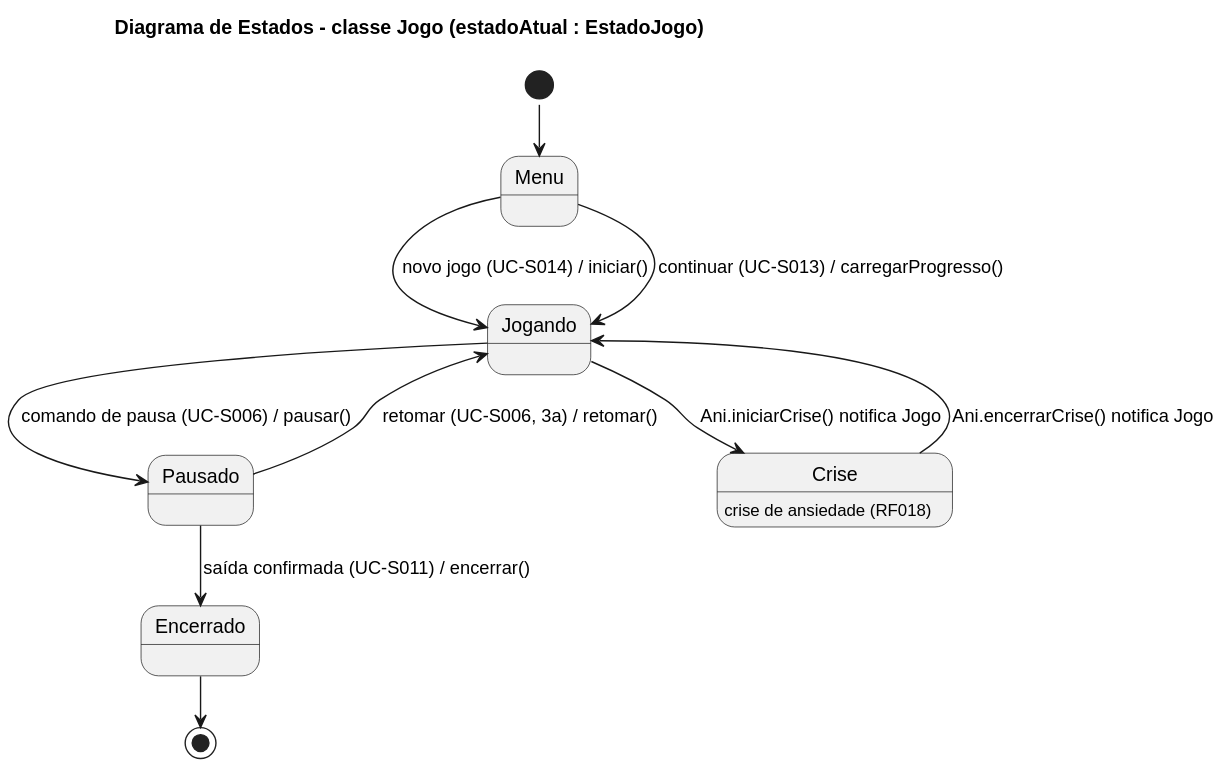
Above: docs/diagramas/estados-jogo.svg in omatheusfaria/Ani (PlantUML), before the change.
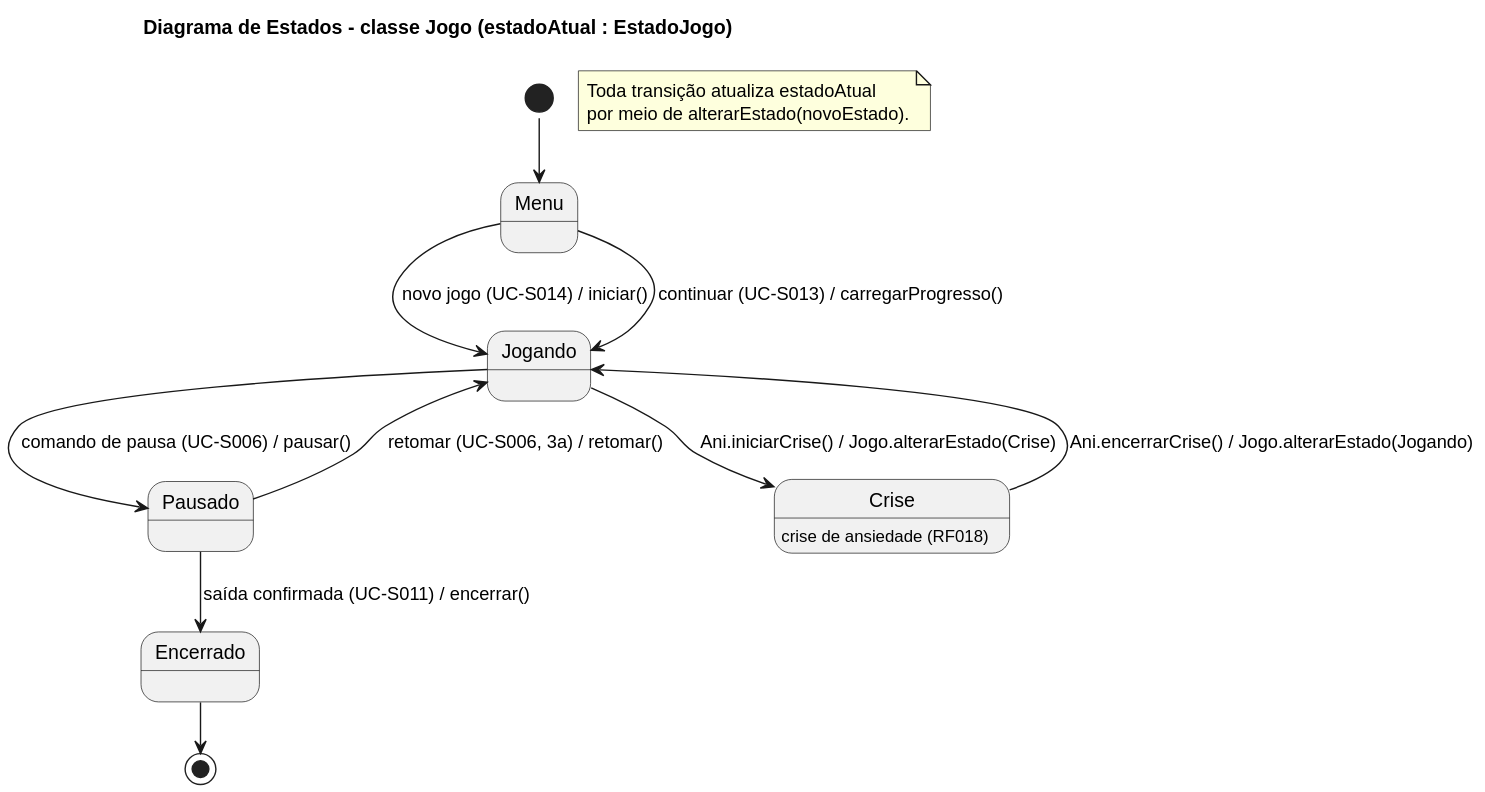
The same file after the commit.

Commit message:
Acrescenta Jogo.alterarEstado(novoEstado) e troca a notificação da crise pela chamada Jogo.alterarEstado(Crise / Jogando) (item 61, decisão 2)

Diff of the diagram source:
```diff
@@ -13,8 +13,10 @@
 Menu --> Jogando : continuar (UC-S013) / carregarProgresso()
 Jogando --> Pausado : comando de pausa (UC-S006) / pausar()
 Pausado --> Jogando : retomar (UC-S006, 3a) / retomar()
-Jogando --> Crise : Ani.iniciarCrise() notifica Jogo
-Crise --> Jogando : Ani.encerrarCrise() notifica Jogo
+Jogando --> Crise : Ani.iniciarCrise() / Jogo.alterarEstado(Crise)
+Crise --> Jogando : Ani.encerrarCrise() / Jogo.alterarEstado(Jogando)
 Pausado --> Encerrado : saída confirmada (UC-S011) / encerrar()
 Encerrado --> [*]
+
+note "Toda transição atualiza estadoAtual\npor meio de alterarEstado(novoEstado)." as N1
 @enduml
```
